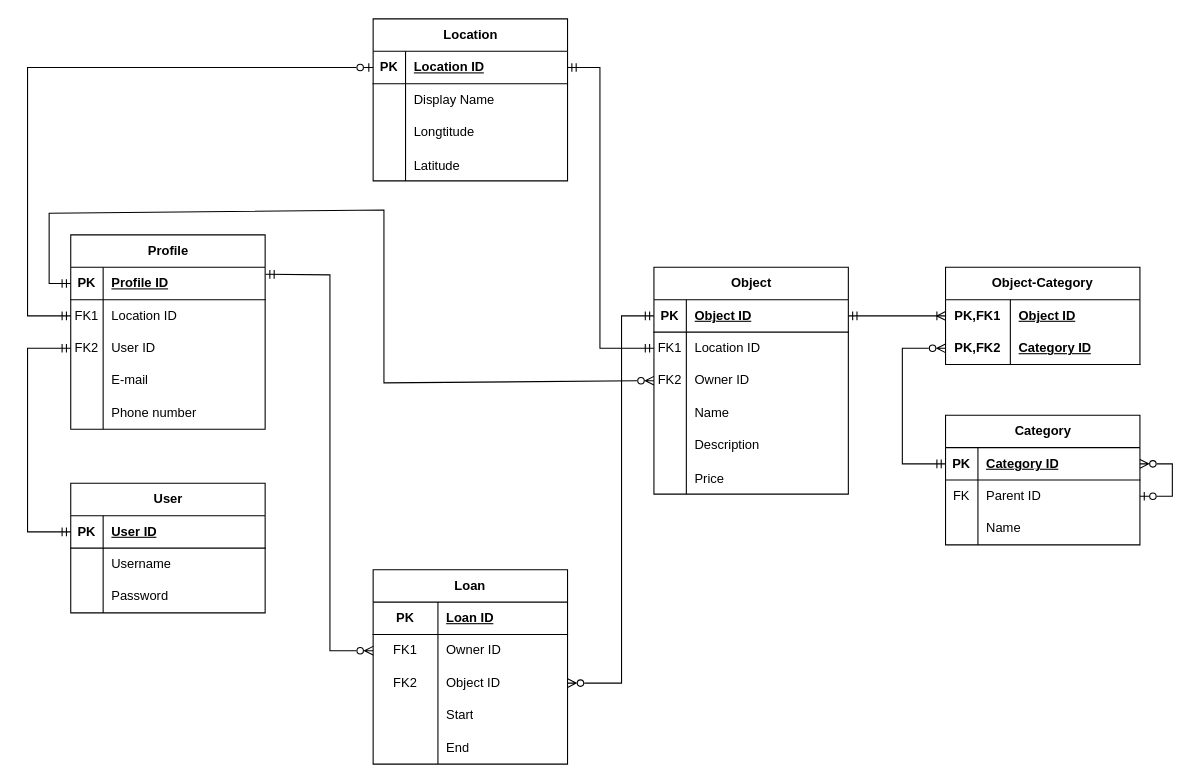
This is page "Logisch Model" (3 of 3) of analysis/Modellen.drawio from UCLL-Full-stack/project2425-group1-16, a draw.io file, before an edit. Source tidied: cells renumbered, new cells numbered last; positions are measured from the earlier drawing's top-left corner, leaving out a move shared by most shapes. Both pictures are drawn from the tidied source at 108%, with x=0, y=0 at pixel (27, 18).
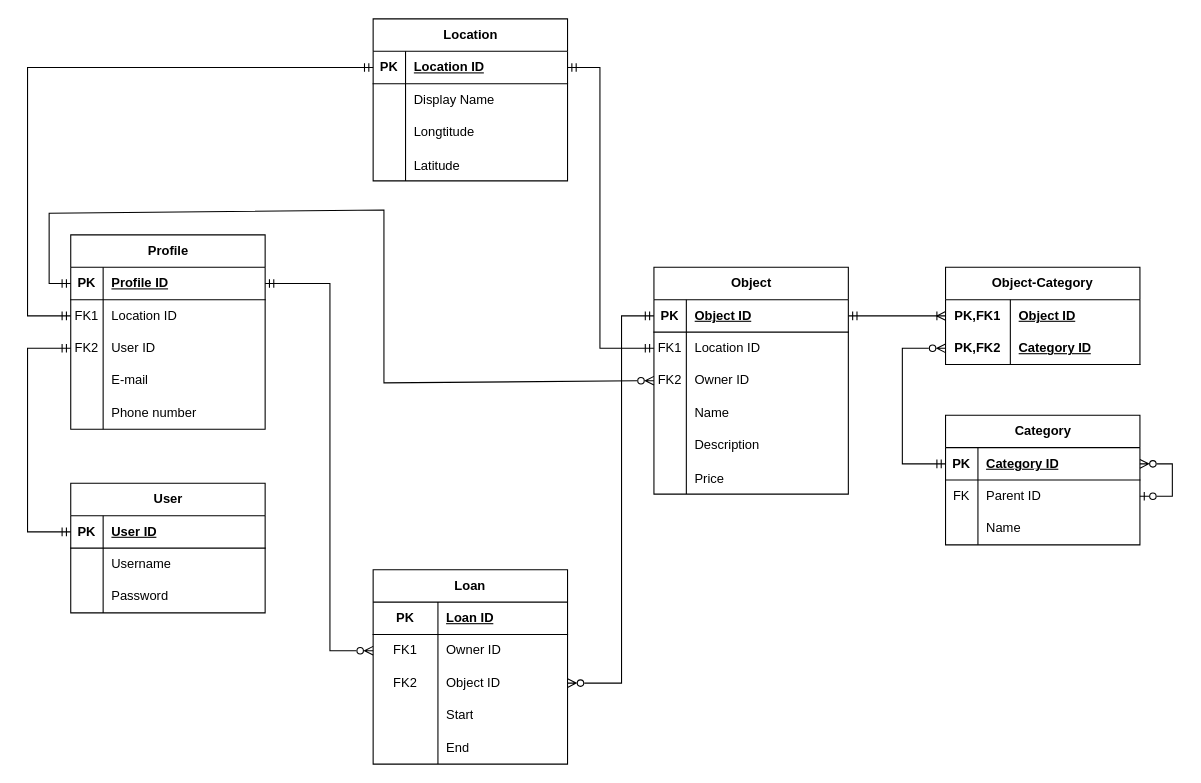
The same diagram, later.

Unchanged cells that the change refers to:
```xml
<mxCell id="13" style="shape=tableRow;horizontal=0;startSize=0;swimlaneHead=0;swimlaneBody=0;fillColor=none;points=[[0,0.5],[1,0.5]];portConstraint=eastwest;top=0;left=0;right=0;bottom=1;" parent="12" vertex="1">
  <mxGeometry y="30" width="180" height="30" as="geometry" />
</mxCell>
<mxCell id="16" style="shape=tableRow;horizontal=0;startSize=0;swimlaneHead=0;swimlaneBody=0;fillColor=none;points=[[0,0.5],[1,0.5]];portConstraint=eastwest;top=0;left=0;right=0;bottom=0;" parent="12" vertex="1">
  <mxGeometry y="60" width="180" height="30" as="geometry" />
</mxCell>
<mxCell id="30" style="shape=tableRow;horizontal=0;startSize=0;swimlaneHead=0;swimlaneBody=0;fillColor=none;points=[[0,0.5],[1,0.5]];portConstraint=eastwest;top=0;left=0;right=0;bottom=1;" parent="29" vertex="1">
  <mxGeometry y="30" width="180" height="30" as="geometry" />
</mxCell>
```

Change to the diagram source:
```diff
@@
-    <mxCell id="42" style="endArrow=ERzeroToOne;html=1;rounded=0;entryX=0;entryY=0.5;entryDx=0;entryDy=0;exitX=0;exitY=0.5;exitDx=0;exitDy=0;startArrow=ERmandOne;startFill=0;endFill=0;" parent="1" edge="1" source="16" target="30">
+    <mxCell id="42" style="endArrow=ERmandOne;html=1;rounded=0;entryX=0;entryY=0.5;entryDx=0;entryDy=0;exitX=0;exitY=0.5;exitDx=0;exitDy=0;startArrow=ERmandOne;startFill=0;endFill=0;" parent="1" edge="1" source="16" target="30">
       <mxGeometry relative="1" as="geometry">
         <Array as="points">
           <mxPoint y="275" />
           <mxPoint y="45" />
         </Array>
       </mxGeometry>
     </mxCell>
@@
-    <mxCell id="80" style="endArrow=ERzeroToMany;html=1;rounded=0;entryX=0;entryY=0.5;entryDx=0;entryDy=0;exitX=1.002;exitY=0.217;exitDx=0;exitDy=0;startArrow=ERmandOne;startFill=0;endFill=0;exitPerimeter=0;" parent="1" edge="1" source="13">
+    <mxCell id="80" style="endArrow=ERzeroToMany;html=1;rounded=0;entryX=0;entryY=0.5;entryDx=0;entryDy=0;exitX=1;exitY=0.5;exitDx=0;exitDy=0;startArrow=ERmandOne;startFill=0;endFill=0;" parent="1" edge="1" source="13">
       <mxGeometry relative="1" as="geometry">
         <mxPoint x="320" y="585" as="targetPoint" />
         <Array as="points">
-          <mxPoint x="280" y="237" />
+          <mxPoint x="280" y="245" />
           <mxPoint x="280" y="585" />
         </Array>
       </mxGeometry>
     </mxCell>
```
